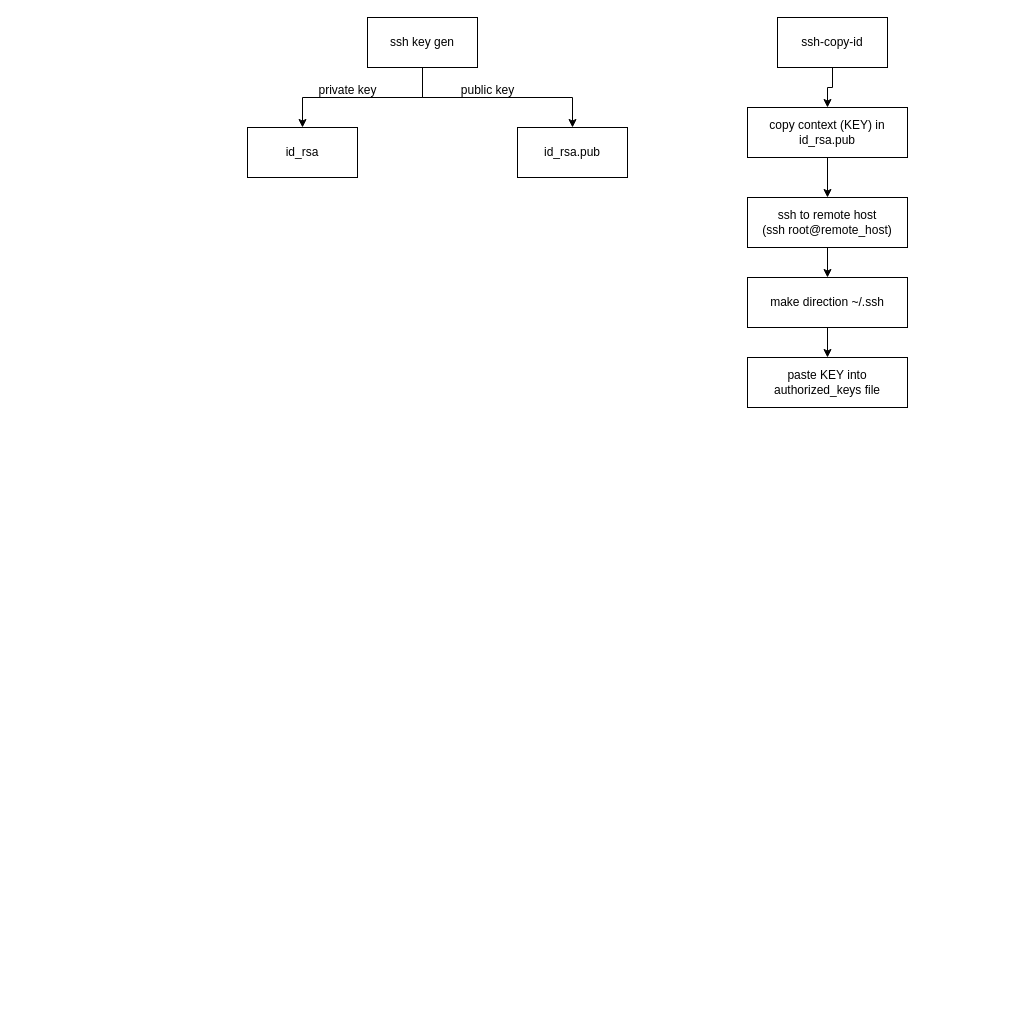
The draw.io diagram SSH.drawio in DOCUTEE/Modeling, before the edit. Source tidied: cells renumbered, new cells numbered last; positions are measured from the earlier drawing's top-left corner, leaving out a move shared by most shapes. Both pictures are drawn from the tidied source at 100%, with x=0, y=0 at pixel (247, 17).
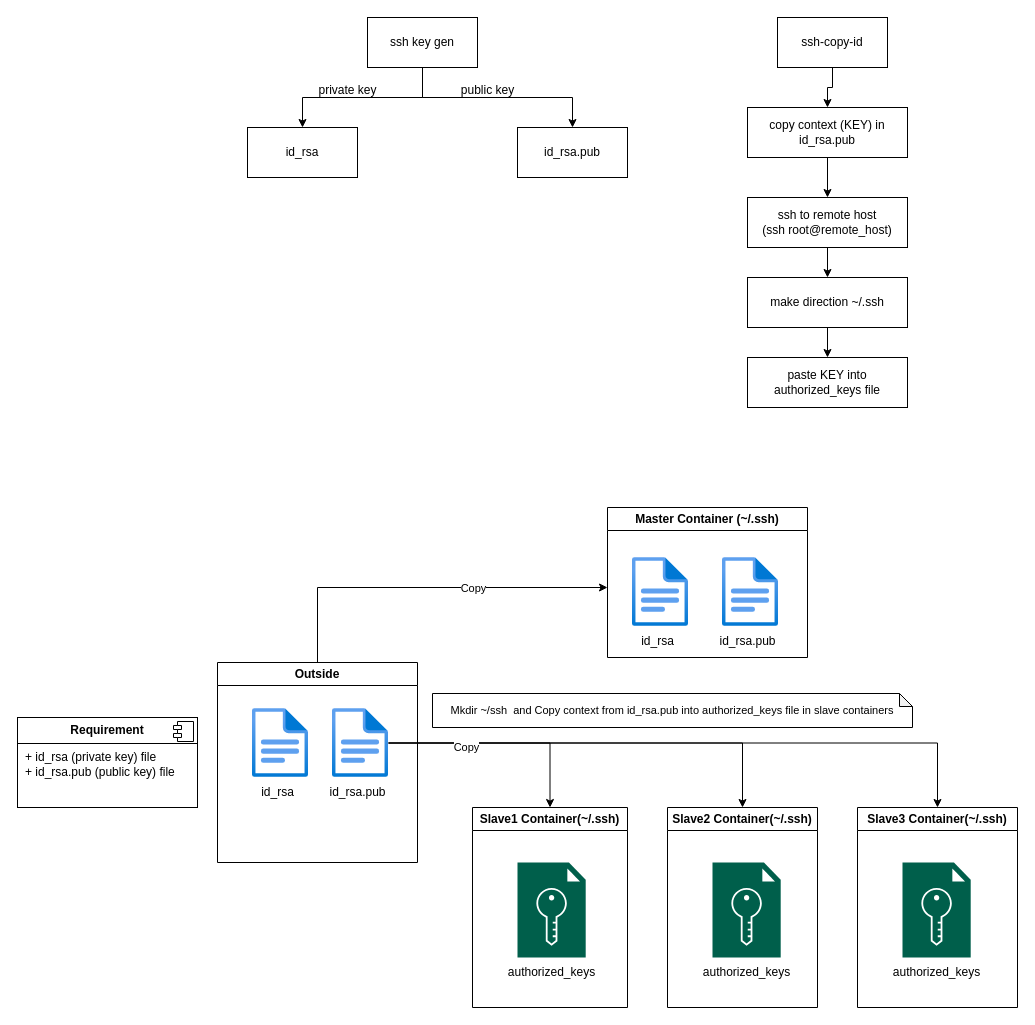
The same page after the edit.

What changed in the source:
```diff
@@
+    <mxCell id="18" value="&lt;p style=&quot;margin:0px;margin-top:6px;text-align:center;&quot;&gt;&lt;b&gt;Requirement&lt;/b&gt;&lt;/p&gt;&lt;hr size=&quot;1&quot; style=&quot;border-style:solid;&quot;&gt;&lt;p style=&quot;margin:0px;margin-left:8px;&quot;&gt;+ id_rsa (private key) file&lt;/p&gt;&lt;p style=&quot;margin:0px;margin-left:8px;&quot;&gt;+ id_rsa.pub (public key) file&lt;/p&gt;&lt;p style=&quot;margin:0px;margin-left:8px;&quot;&gt;&lt;br&gt;&lt;/p&gt;" style="align=left;overflow=fill;html=1;whiteSpace=wrap;" parent="1" vertex="1">
+      <mxGeometry x="-230" y="700" width="180" height="90" as="geometry" />
+    </mxCell>
+    <mxCell id="19" style="shape=component;jettyWidth=8;jettyHeight=4;" parent="18" vertex="1">
+      <mxGeometry x="1" width="20" height="20" relative="1" as="geometry">
+        <mxPoint x="-24" y="4" as="offset" />
+      </mxGeometry>
+    </mxCell>
+    <mxCell id="20" value="Master Container (~/.ssh)" style="swimlane;whiteSpace=wrap;html=1;" parent="1" vertex="1">
+      <mxGeometry x="360" y="490" width="200" height="150" as="geometry" />
+    </mxCell>
+    <mxCell id="21" style="group;" parent="20" vertex="1">
+      <mxGeometry x="20" y="50" width="61" height="99" as="geometry" />
+    </mxCell>
+    <mxCell id="22" style="image;html=1;align=center;fontSize=12;image=img/lib/azure2/general/File.svg;" parent="21" vertex="1">
+      <mxGeometry x="5" width="56" height="69" as="geometry" />
+    </mxCell>
+    <mxCell id="23" value="id_rsa" style="text;html=1;align=center;verticalAlign=middle;strokeColor=none;fillColor=none;" parent="21" vertex="1">
+      <mxGeometry y="69" width="60" height="30" as="geometry" />
+    </mxCell>
+    <mxCell id="24" style="group;" parent="20" vertex="1">
+      <mxGeometry x="110" y="50" width="70" height="99" as="geometry" />
+    </mxCell>
+    <mxCell id="25" style="image;html=1;align=center;fontSize=12;image=img/lib/azure2/general/File.svg;" parent="24" vertex="1">
+      <mxGeometry x="5" width="56" height="69" as="geometry" />
+    </mxCell>
+    <mxCell id="26" value="id_rsa.pub" style="text;html=1;align=center;verticalAlign=middle;strokeColor=none;fillColor=none;" parent="24" vertex="1">
+      <mxGeometry x="-10" y="69" width="80" height="30" as="geometry" />
+    </mxCell>
+    <mxCell id="27" style="edgeStyle=orthogonalEdgeStyle;rounded=0;jettySize=auto;html=1;" parent="1" edge="1" source="29" target="20">
+      <mxGeometry relative="1" as="geometry">
+        <Array as="points">
+          <mxPoint x="70" y="570" />
+        </Array>
+      </mxGeometry>
+    </mxCell>
+    <mxCell id="28" value="Copy" style="edgeLabel;html=1;align=center;verticalAlign=middle;" parent="27" vertex="1">
+      <mxGeometry x="0.26" relative="1" as="geometry" />
+    </mxCell>
+    <mxCell id="29" value="Outside" style="swimlane;whiteSpace=wrap;html=1;startSize=23;" parent="1" vertex="1">
+      <mxGeometry x="-30" y="645" width="200" height="200" as="geometry" />
+    </mxCell>
+    <mxCell id="30" style="group;" parent="29" vertex="1">
+      <mxGeometry x="30" y="46" width="61" height="99" as="geometry" />
+    </mxCell>
+    <mxCell id="31" style="image;html=1;align=center;fontSize=12;image=img/lib/azure2/general/File.svg;" parent="30" vertex="1">
+      <mxGeometry x="5" width="56" height="69" as="geometry" />
+    </mxCell>
+    <mxCell id="32" value="id_rsa" style="text;html=1;align=center;verticalAlign=middle;strokeColor=none;fillColor=none;" parent="30" vertex="1">
+      <mxGeometry y="69" width="60" height="30" as="geometry" />
+    </mxCell>
+    <mxCell id="33" style="group;" parent="29" vertex="1">
+      <mxGeometry x="110" y="46" width="70" height="99" as="geometry" />
+    </mxCell>
+    <mxCell id="34" style="image;html=1;points=[];align=center;fontSize=12;image=img/lib/azure2/general/File.svg;" parent="33" vertex="1">
+      <mxGeometry x="5" width="56" height="69" as="geometry" />
+    </mxCell>
+    <mxCell id="35" value="id_rsa.pub" style="text;html=1;align=center;verticalAlign=middle;strokeColor=none;fillColor=none;" parent="33" vertex="1">
+      <mxGeometry x="-10" y="69" width="80" height="30" as="geometry" />
+    </mxCell>
+    <mxCell id="36" value="Slave1 Container(~/.ssh)" style="swimlane;whiteSpace=wrap;html=1;" parent="1" vertex="1">
+      <mxGeometry x="225" y="790" width="155" height="200" as="geometry" />
+    </mxCell>
+    <mxCell id="37" style="sketch=0;shadow=0;dashed=0;html=1;strokeColor=none;fillColor=#005F4B;labelPosition=center;verticalLabelPosition=bottom;verticalAlign=top;align=center;shape=mxgraph.veeam2.license_file;" parent="36" vertex="1">
+      <mxGeometry x="45" y="55" width="68.2" height="95" as="geometry" />
+    </mxCell>
+    <mxCell id="38" value="authorized_keys" style="text;html=1;align=center;verticalAlign=middle;strokeColor=none;fillColor=none;" parent="36" vertex="1">
+      <mxGeometry x="24.1" y="150" width="110" height="30" as="geometry" />
+    </mxCell>
+    <mxCell id="39" value="Slave2 Container(~/.ssh)" style="swimlane;whiteSpace=wrap;html=1;" parent="1" vertex="1">
+      <mxGeometry x="420" y="790" width="150" height="200" as="geometry" />
+    </mxCell>
+    <mxCell id="40" style="sketch=0;shadow=0;dashed=0;html=1;strokeColor=none;fillColor=#005F4B;labelPosition=center;verticalLabelPosition=bottom;verticalAlign=top;align=center;shape=mxgraph.veeam2.license_file;" parent="39" vertex="1">
+      <mxGeometry x="45" y="55" width="68.2" height="95" as="geometry" />
+    </mxCell>
+    <mxCell id="41" value="authorized_keys" style="text;html=1;align=center;verticalAlign=middle;strokeColor=none;fillColor=none;" parent="39" vertex="1">
+      <mxGeometry x="24.1" y="150" width="110" height="30" as="geometry" />
+    </mxCell>
+    <mxCell id="42" value="Slave3 Container(~/.ssh)" style="swimlane;whiteSpace=wrap;html=1;" parent="1" vertex="1">
+      <mxGeometry x="610" y="790" width="160" height="200" as="geometry" />
+    </mxCell>
+    <mxCell id="43" style="sketch=0;shadow=0;dashed=0;html=1;strokeColor=none;fillColor=#005F4B;labelPosition=center;verticalLabelPosition=bottom;verticalAlign=top;align=center;shape=mxgraph.veeam2.license_file;" parent="42" vertex="1">
+      <mxGeometry x="45" y="55" width="68.2" height="95" as="geometry" />
+    </mxCell>
+    <mxCell id="44" value="authorized_keys" style="text;html=1;align=center;verticalAlign=middle;strokeColor=none;fillColor=none;" parent="42" vertex="1">
+      <mxGeometry x="24.1" y="150" width="110" height="30" as="geometry" />
+    </mxCell>
+    <mxCell id="45" style="edgeStyle=orthogonalEdgeStyle;rounded=0;jettySize=auto;html=1;" parent="1" edge="1" source="34" target="36">
+      <mxGeometry relative="1" as="geometry" />
+    </mxCell>
+    <mxCell id="46" style="edgeStyle=orthogonalEdgeStyle;rounded=0;jettySize=auto;html=1;" parent="1" edge="1" source="34" target="39">
+      <mxGeometry relative="1" as="geometry" />
+    </mxCell>
+    <mxCell id="47" style="edgeStyle=orthogonalEdgeStyle;rounded=0;jettySize=auto;html=1;" parent="1" edge="1" source="34" target="42">
+      <mxGeometry relative="1" as="geometry" />
+    </mxCell>
+    <mxCell id="48" value="Copy" style="edgeLabel;html=1;align=center;verticalAlign=middle;" parent="47" vertex="1">
+      <mxGeometry x="-0.75" y="-4" relative="1" as="geometry" />
+    </mxCell>
+    <mxCell id="49" value="&lt;span style=&quot;font-size: 11px; text-wrap-mode: nowrap; background-color: rgb(255, 255, 255);&quot;&gt;Mkdir ~/ssh&amp;nbsp; and Copy context from id_rsa.pub into authorized_keys file in slave containers&lt;/span&gt;" style="shape=note;whiteSpace=wrap;html=1;backgroundOutline=1;darkOpacity=0.05;size=13;" parent="1" vertex="1">
+      <mxGeometry x="185" y="676" width="480" height="34" as="geometry" />
+    </mxCell>
```
